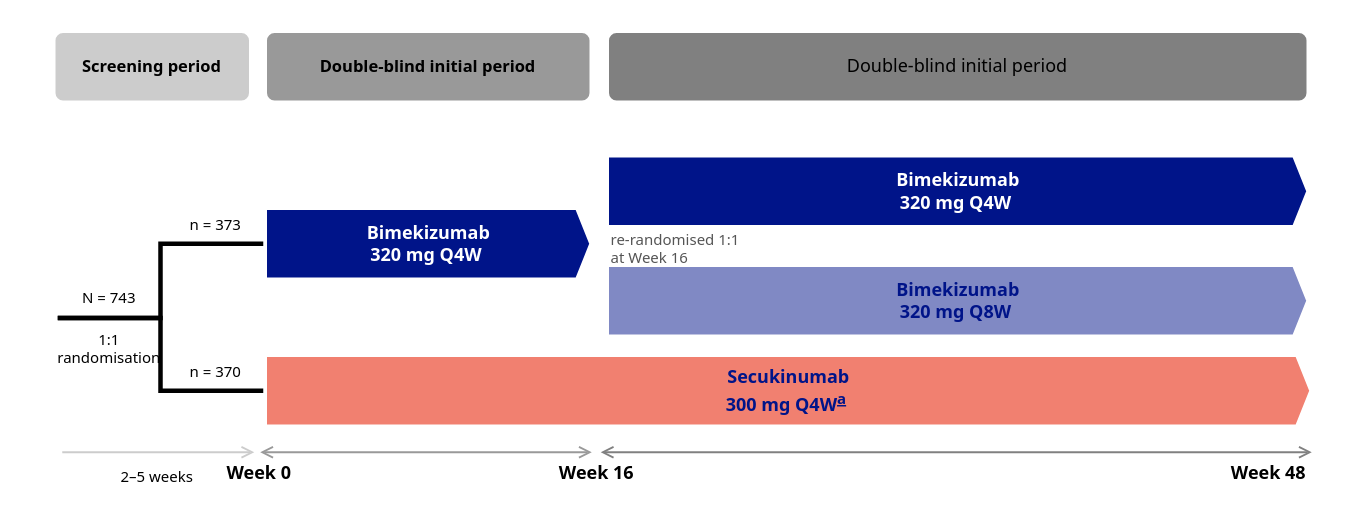
The draw.io diagram assets/img/be_radiant_flowchart.drawio in b3nt7/FHIRMI, before the edit. Source tidied: cells renumbered, new cells numbered last; positions are measured from the earlier drawing's top-left corner, leaving out a move shared by most shapes. Both pictures are drawn from the tidied source at 150%, with x=0, y=0 at pixel (26, 28).
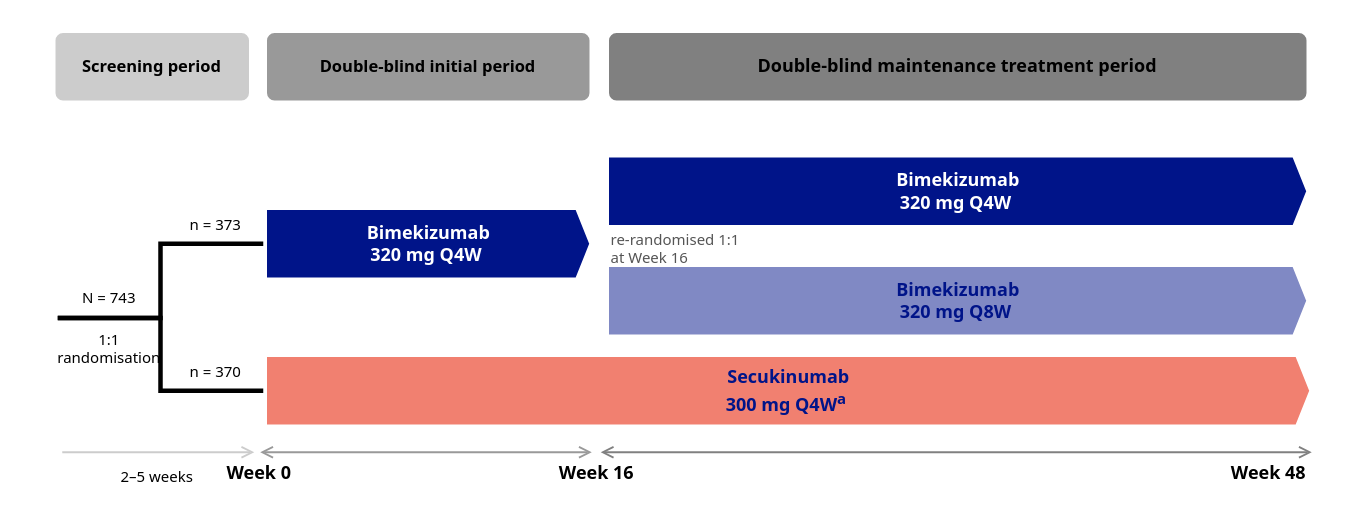
The same diagram, later.

The edit, as a diff of the source:
```diff
@@
-    <mxCell id="16" value="&lt;span style=&quot;&quot;&gt;Secukinumab&lt;/span&gt;&lt;div&gt;&lt;span style=&quot;&quot;&gt;300 mg Q4W&lt;sup&gt;&lt;u&gt;a&lt;/u&gt;&lt;/sup&gt;&lt;/span&gt;&amp;nbsp;&lt;/div&gt;" style="html=1;shadow=0;dashed=0;align=center;verticalAlign=middle;shape=mxgraph.arrows2.arrow;dy=0;dx=10;notch=0;strokeColor=#FFFFFF;fillColor=#F18070;fontColor=#001489;fontStyle=1;strokeWidth=5;fontFamily=Tahoma;" parent="1" vertex="1">
+    <mxCell id="16" value="&lt;span style=&quot;&quot;&gt;Secukinumab&lt;/span&gt;&lt;div&gt;&lt;span style=&quot;&quot;&gt;300 mg Q4W&lt;sup&gt;a&lt;/sup&gt;&lt;/span&gt;&amp;nbsp;&lt;/div&gt;" style="html=1;shadow=0;dashed=0;align=center;verticalAlign=middle;shape=mxgraph.arrows2.arrow;dy=0;dx=10;notch=0;strokeColor=#FFFFFF;fillColor=#F18070;fontColor=#001489;fontStyle=1;strokeWidth=5;fontFamily=Tahoma;" parent="1" vertex="1">
       <mxGeometry x="158" y="216" width="700" height="50" as="geometry" />
     </mxCell>
@@
-    <mxCell id="20" value="Double-blind initial period" style="rounded=1;whiteSpace=wrap;html=1;strokeColor=#FFFFFF;fillColor=#808080;strokeWidth=5;fontFamily=Tahoma;" parent="1" vertex="1">
+    <mxCell id="20" value="&lt;b&gt;Double-blind maintenance treatment period&lt;/b&gt;" style="rounded=1;whiteSpace=wrap;html=1;strokeColor=#FFFFFF;fillColor=#808080;strokeWidth=5;fontFamily=Tahoma;" parent="1" vertex="1">
       <mxGeometry x="386" width="470" height="50" as="geometry" />
     </mxCell>
```
